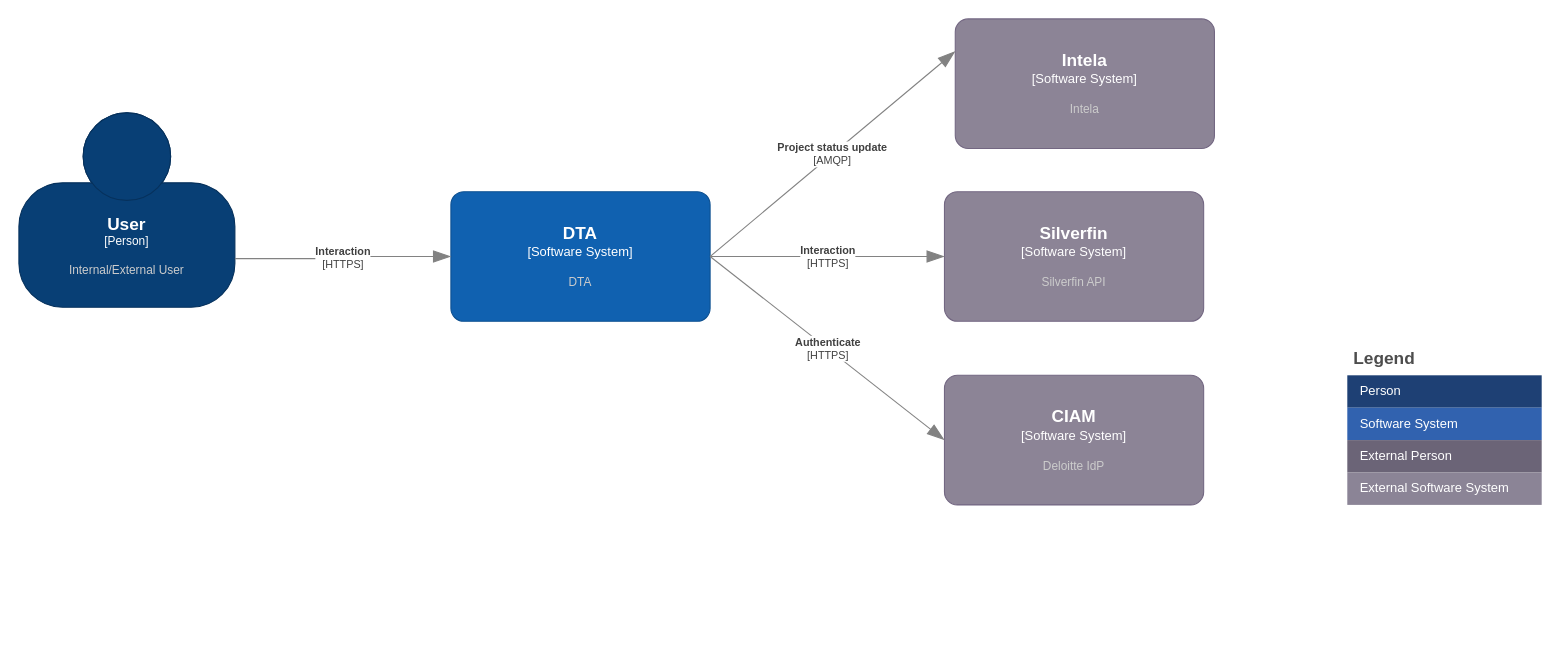
Above: page "C1_Context" (1 of 6) of DTA_DAD.drawio in cmonton/shared (draw.io), before the change. Source tidied: cells renumbered, new cells numbered last; positions are measured from the earlier drawing's top-left corner, leaving out a move shared by most shapes. Both pictures are drawn from the tidied source at 108%, with x=0, y=0 at pixel (18, 18).
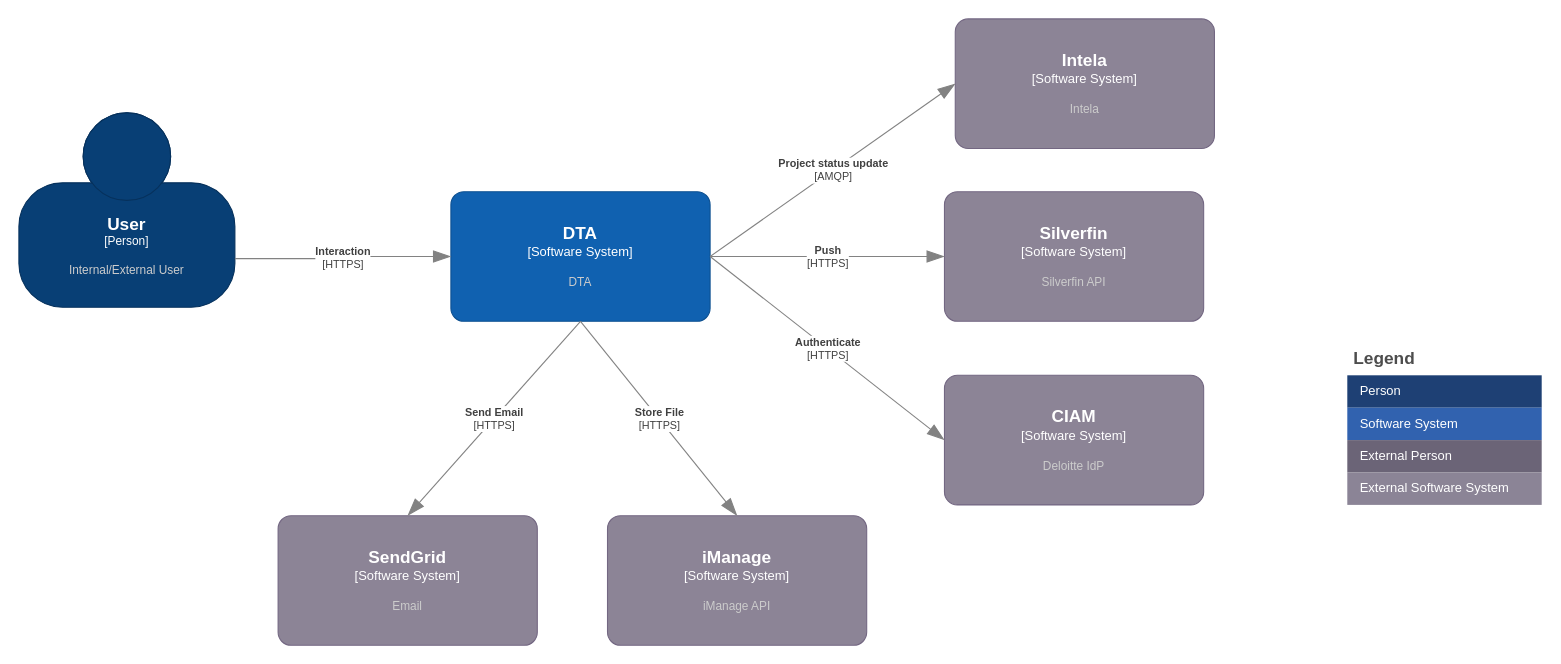
After the change.

Unchanged cells that the change refers to:
```xml
<object id="3" label="&lt;font style=&quot;font-size: 16px&quot;&gt;&lt;b&gt;%c4Name%&lt;/b&gt;&lt;/font&gt;&lt;div&gt;[%c4Type%]&lt;/div&gt;&lt;br&gt;&lt;div&gt;&lt;font style=&quot;font-size: 11px&quot;&gt;&lt;font color=&quot;#cccccc&quot;&gt;%c4Description%&lt;/font&gt;&lt;/div&gt;" c4Description="DTA" c4Name="DTA" c4Type="Software System" placeholders="1">
  <mxCell style="rounded=1;whiteSpace=wrap;html=1;labelBackgroundColor=none;fillColor=#1061B0;fontColor=#ffffff;align=center;arcSize=10;strokeColor=#0D5091;points=[[0.25,0,0],[0.5,0,0],[0.75,0,0],[1,0.25,0],[1,0.5,0],[1,0.75,0],[0.75,1,0],[0.5,1,0],[0.25,1,0],[0,0.75,0],[0,0.5,0],[0,0.25,0]];" parent="1" vertex="1">
    <mxGeometry x="400" y="160" width="240" height="120" as="geometry" />
  </mxCell>
</object>
<object id="14" label="&lt;font style=&quot;font-size: 16px&quot;&gt;&lt;b&gt;%c4Name%&lt;/b&gt;&lt;/font&gt;&lt;div&gt;[%c4Type%]&lt;/div&gt;&lt;br&gt;&lt;div&gt;&lt;font style=&quot;font-size: 11px&quot;&gt;&lt;font color=&quot;#cccccc&quot;&gt;%c4Description%&lt;/font&gt;&lt;/div&gt;" c4Description="Silverfin API" c4Name="Silverfin" c4Type="Software System" placeholders="1">
  <mxCell style="rounded=1;whiteSpace=wrap;html=1;labelBackgroundColor=none;fillColor=#8C8496;fontColor=#ffffff;align=center;arcSize=10;strokeColor=#736782;points=[[0.25,0,0],[0.5,0,0],[0.75,0,0],[1,0.25,0],[1,0.5,0],[1,0.75,0],[0.75,1,0],[0.5,1,0],[0.25,1,0],[0,0.75,0],[0,0.5,0],[0,0.25,0]];" parent="1" vertex="1">
    <mxGeometry x="857" y="160" width="240" height="120" as="geometry" />
  </mxCell>
</object>
<object id="16" label="&lt;font style=&quot;font-size: 16px&quot;&gt;&lt;b&gt;%c4Name%&lt;/b&gt;&lt;/font&gt;&lt;div&gt;[%c4Type%]&lt;/div&gt;&lt;br&gt;&lt;div&gt;&lt;font style=&quot;font-size: 11px&quot;&gt;&lt;font color=&quot;#cccccc&quot;&gt;%c4Description%&lt;/font&gt;&lt;/div&gt;" c4Description="Intela" c4Name="Intela" c4Type="Software System" placeholders="1">
  <mxCell style="rounded=1;whiteSpace=wrap;html=1;labelBackgroundColor=none;fillColor=#8C8496;fontColor=#ffffff;align=center;arcSize=10;strokeColor=#736782;points=[[0.25,0,0],[0.5,0,0],[0.75,0,0],[1,0.25,0],[1,0.5,0],[1,0.75,0],[0.75,1,0],[0.5,1,0],[0.25,1,0],[0,0.75,0],[0,0.5,0],[0,0.25,0]];" parent="1" vertex="1">
    <mxGeometry x="867" width="240" height="120" as="geometry" />
  </mxCell>
</object>
```

The edit, as a diff of the source:
```diff
@@
     <object id="17" label="&lt;div style=&quot;text-align: left&quot;&gt;&lt;div style=&quot;text-align: center&quot;&gt;&lt;b&gt;%c4Description%&lt;/b&gt;&lt;/div&gt;&lt;div style=&quot;text-align: center&quot;&gt;[%c4Technology%]&lt;/div&gt;&lt;/div&gt;" c4Description="Project status update" c4Technology="AMQP" placeholders="1">
-      <mxCell style="endArrow=blockThin;html=1;fontSize=10;fontColor=#404040;strokeWidth=1;endFill=1;strokeColor=#828282;elbow=vertical;endSize=14;startSize=14;jumpStyle=arc;jumpSize=16;rounded=0;exitX=1;exitY=0.5;exitDx=0;exitDy=0;exitPerimeter=0;entryX=0;entryY=0.25;entryDx=0;entryDy=0;entryPerimeter=0;" parent="1" edge="1" source="3" target="16">
+      <mxCell style="endArrow=blockThin;html=1;fontSize=10;fontColor=#404040;strokeWidth=1;endFill=1;strokeColor=#828282;elbow=vertical;endSize=14;startSize=14;jumpStyle=arc;jumpSize=16;rounded=0;exitX=1;exitY=0.5;exitDx=0;exitDy=0;exitPerimeter=0;entryX=0;entryY=0.5;entryDx=0;entryDy=0;entryPerimeter=0;" parent="1" edge="1" source="3" target="16">
         <mxGeometry relative="1" as="geometry" />
       </mxCell>
     </object>
-    <object id="18" label="&lt;div style=&quot;text-align: left&quot;&gt;&lt;div style=&quot;text-align: center&quot;&gt;&lt;b&gt;%c4Description%&lt;/b&gt;&lt;/div&gt;&lt;div style=&quot;text-align: center&quot;&gt;[%c4Technology%]&lt;/div&gt;&lt;/div&gt;" c4Description="Interaction" c4Technology="HTTPS" placeholders="1">
+    <object id="18" label="&lt;div style=&quot;text-align: left&quot;&gt;&lt;div style=&quot;text-align: center&quot;&gt;&lt;b&gt;%c4Description%&lt;/b&gt;&lt;/div&gt;&lt;div style=&quot;text-align: center&quot;&gt;[%c4Technology%]&lt;/div&gt;&lt;/div&gt;" c4Description="Push" c4Technology="HTTPS" placeholders="1">
       <mxCell style="endArrow=blockThin;html=1;fontSize=10;fontColor=#404040;strokeWidth=1;endFill=1;strokeColor=#828282;elbow=vertical;endSize=14;startSize=14;jumpStyle=arc;jumpSize=16;rounded=0;edgeStyle=orthogonalEdgeStyle;exitX=1;exitY=0.5;exitDx=0;exitDy=0;exitPerimeter=0;entryX=0;entryY=0.5;entryDx=0;entryDy=0;entryPerimeter=0;" parent="1" edge="1" source="3" target="14">
         <mxGeometry relative="1" as="geometry" />
       </mxCell>
     </object>
@@
+    <object id="20" label="&lt;font style=&quot;font-size: 16px&quot;&gt;&lt;b&gt;%c4Name%&lt;/b&gt;&lt;/font&gt;&lt;div&gt;[%c4Type%]&lt;/div&gt;&lt;br&gt;&lt;div&gt;&lt;font style=&quot;font-size: 11px&quot;&gt;&lt;font color=&quot;#cccccc&quot;&gt;%c4Description%&lt;/font&gt;&lt;/div&gt;" c4Description="iManage API" c4Name="iManage" c4Type="Software System" placeholders="1">
+      <mxCell style="rounded=1;whiteSpace=wrap;html=1;labelBackgroundColor=none;fillColor=#8C8496;fontColor=#ffffff;align=center;arcSize=10;strokeColor=#736782;points=[[0.25,0,0],[0.5,0,0],[0.75,0,0],[1,0.25,0],[1,0.5,0],[1,0.75,0],[0.75,1,0],[0.5,1,0],[0.25,1,0],[0,0.75,0],[0,0.5,0],[0,0.25,0]];" parent="1" vertex="1">
+        <mxGeometry x="545" y="460" width="240" height="120" as="geometry" />
+      </mxCell>
+    </object>
+    <object id="21" label="&lt;font style=&quot;font-size: 16px&quot;&gt;&lt;b&gt;%c4Name%&lt;/b&gt;&lt;/font&gt;&lt;div&gt;[%c4Type%]&lt;/div&gt;&lt;br&gt;&lt;div&gt;&lt;font style=&quot;font-size: 11px&quot;&gt;&lt;font color=&quot;#cccccc&quot;&gt;%c4Description%&lt;/font&gt;&lt;/div&gt;" c4Description="Email" c4Name="SendGrid" c4Type="Software System" placeholders="1">
+      <mxCell style="rounded=1;whiteSpace=wrap;html=1;labelBackgroundColor=none;fillColor=#8C8496;fontColor=#ffffff;align=center;arcSize=10;strokeColor=#736782;points=[[0.25,0,0],[0.5,0,0],[0.75,0,0],[1,0.25,0],[1,0.5,0],[1,0.75,0],[0.75,1,0],[0.5,1,0],[0.25,1,0],[0,0.75,0],[0,0.5,0],[0,0.25,0]];" parent="1" vertex="1">
+        <mxGeometry x="240" y="460" width="240" height="120" as="geometry" />
+      </mxCell>
+    </object>
+    <object id="22" label="&lt;div style=&quot;text-align: left&quot;&gt;&lt;div style=&quot;text-align: center&quot;&gt;&lt;b&gt;%c4Description%&lt;/b&gt;&lt;/div&gt;&lt;div style=&quot;text-align: center&quot;&gt;[%c4Technology%]&lt;/div&gt;&lt;/div&gt;" c4Description="Send Email" c4Technology="HTTPS" placeholders="1">
+      <mxCell style="endArrow=blockThin;html=1;fontSize=10;fontColor=#404040;strokeWidth=1;endFill=1;strokeColor=#828282;elbow=vertical;endSize=14;startSize=14;jumpStyle=arc;jumpSize=16;rounded=0;exitX=0.5;exitY=1;exitDx=0;exitDy=0;exitPerimeter=0;entryX=0.5;entryY=0;entryDx=0;entryDy=0;entryPerimeter=0;" parent="1" edge="1" source="3" target="21">
+        <mxGeometry relative="1" as="geometry" />
+      </mxCell>
+    </object>
+    <object id="23" label="&lt;div style=&quot;text-align: left&quot;&gt;&lt;div style=&quot;text-align: center&quot;&gt;&lt;b&gt;%c4Description%&lt;/b&gt;&lt;/div&gt;&lt;div style=&quot;text-align: center&quot;&gt;[%c4Technology%]&lt;/div&gt;&lt;/div&gt;" c4Description="Store File" c4Technology="HTTPS" placeholders="1">
+      <mxCell style="endArrow=blockThin;html=1;fontSize=10;fontColor=#404040;strokeWidth=1;endFill=1;strokeColor=#828282;elbow=vertical;endSize=14;startSize=14;jumpStyle=arc;jumpSize=16;rounded=0;exitX=0.5;exitY=1;exitDx=0;exitDy=0;exitPerimeter=0;entryX=0.5;entryY=0;entryDx=0;entryDy=0;entryPerimeter=0;" parent="1" edge="1" source="3" target="20">
+        <mxGeometry relative="1" as="geometry" />
+      </mxCell>
+    </object>
```
